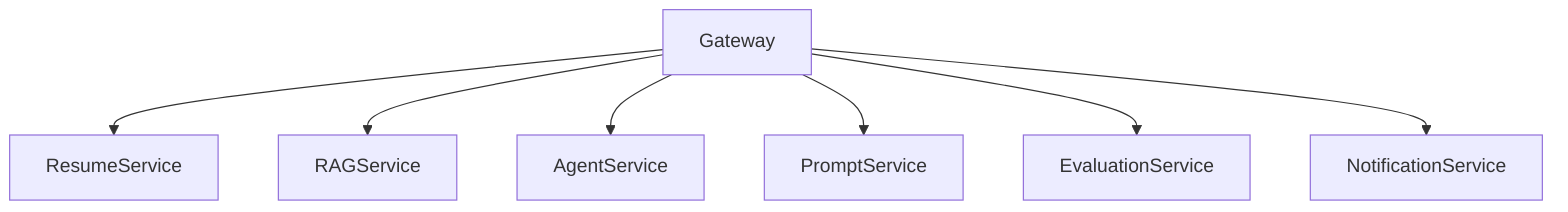
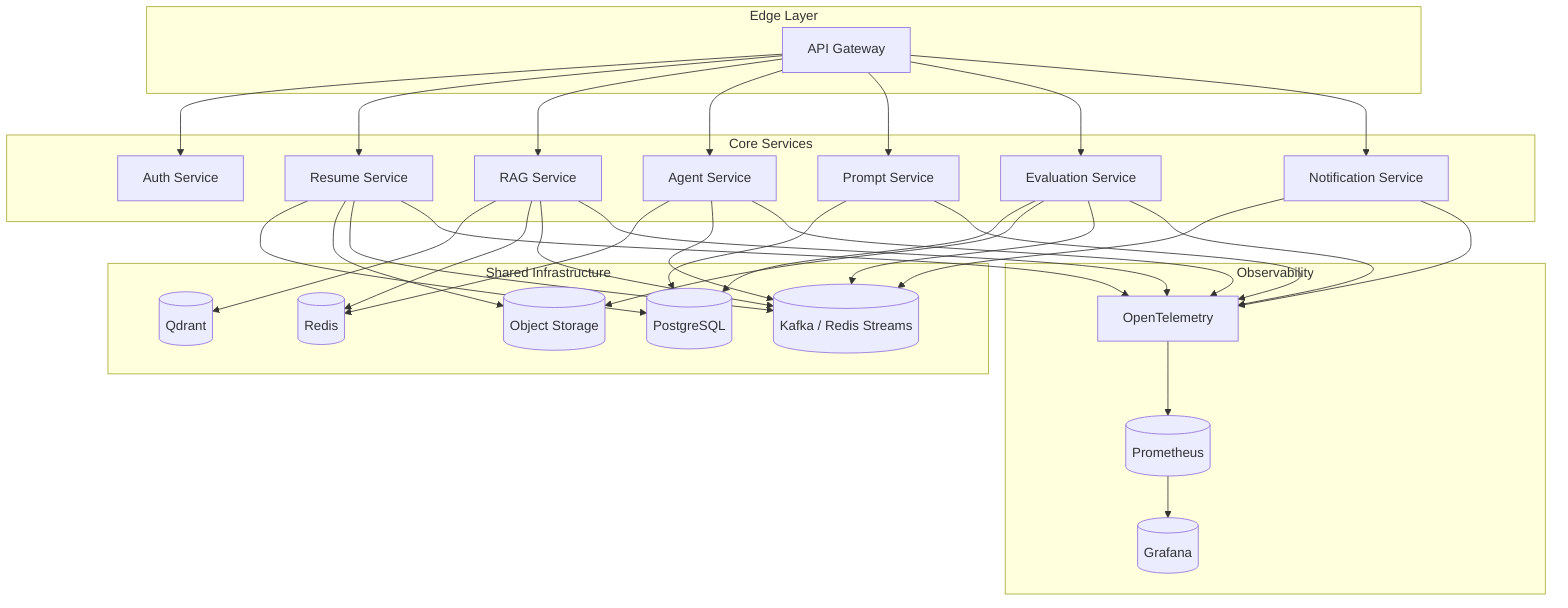
flowchart TB

- Gateway
+ subgraph Edge[Edge Layer]
+ Gateway[API Gateway]
+ end

- ResumeService
+ subgraph Core[Core Services]
+ ResumeService[Resume Service]
+ RAGService[RAG Service]
+ AgentService[Agent Service]
+ PromptService[Prompt Service]
+ EvaluationService[Evaluation Service]
+ NotificationService[Notification Service]
+ AuthService[Auth Service]
+ end

- RAGService
+ subgraph Infra[Shared Infrastructure]
+ Postgres[(PostgreSQL)]
+ Qdrant[(Qdrant)]
+ Redis[(Redis)]
+ Storage[(Object Storage)]
+ EventBus[(Kafka / Redis Streams)]
+ end

- AgentService
+ subgraph Obs[Observability]
+ OTel[OpenTelemetry]
+ Prometheus[(Prometheus)]
+ Grafana[(Grafana)]
+ end

- PromptService
- 
- EvaluationService
- 
- NotificationService
+ Gateway --> AuthService

Gateway --> ResumeService
+ Gateway --> RAGService
+ Gateway --> AgentService
+ Gateway --> PromptService
+ Gateway --> EvaluationService
+ Gateway --> NotificationService

- Gateway --> RAGService
+ ResumeService --> Postgres
+ ResumeService --> Storage
+ ResumeService --> EventBus

- Gateway --> AgentService
+ RAGService --> Qdrant
+ RAGService --> Redis
+ RAGService --> EventBus

- Gateway --> PromptService
+ AgentService --> Redis
+ AgentService --> EventBus

- Gateway --> EvaluationService
+ PromptService --> Postgres

- Gateway --> NotificationService+ EvaluationService --> Postgres
+ EvaluationService --> Storage
+ EvaluationService --> EventBus
+ 
+ NotificationService --> EventBus
+ 
+ ResumeService --> OTel
+ RAGService --> OTel
+ AgentService --> OTel
+ PromptService --> OTel
+ EvaluationService --> OTel
+ NotificationService --> OTel
+ 
+ OTel --> Prometheus
+ Prometheus --> Grafana